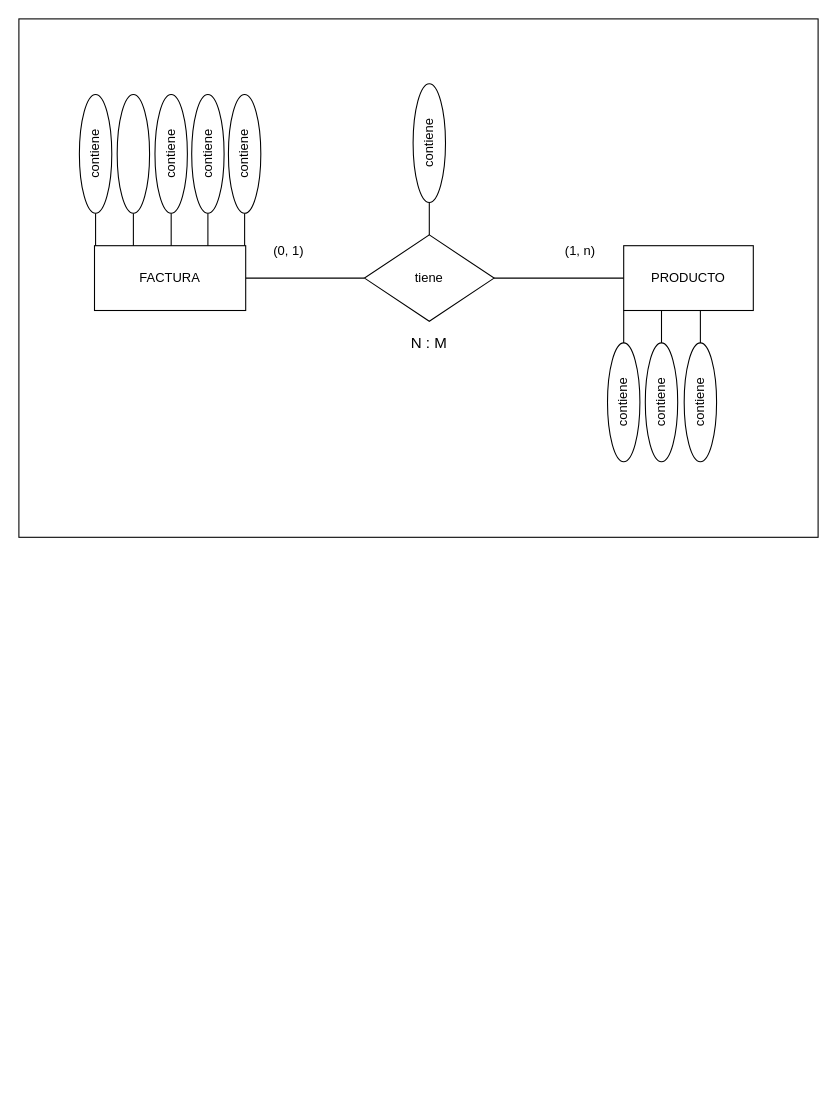
Earlier version of the draw.io diagram src/BBDD/first_trimester/exercises/ejercicio1/ejercicio1_BBDD_ER.drawio (MLT93/UNIR). Source tidied: cells renumbered, new cells numbered last; positions are measured from the earlier drawing's top-left corner, leaving out a move shared by most shapes. Both pictures are drawn from the tidied source at 108%, with x=0, y=0 at pixel (18, 18).
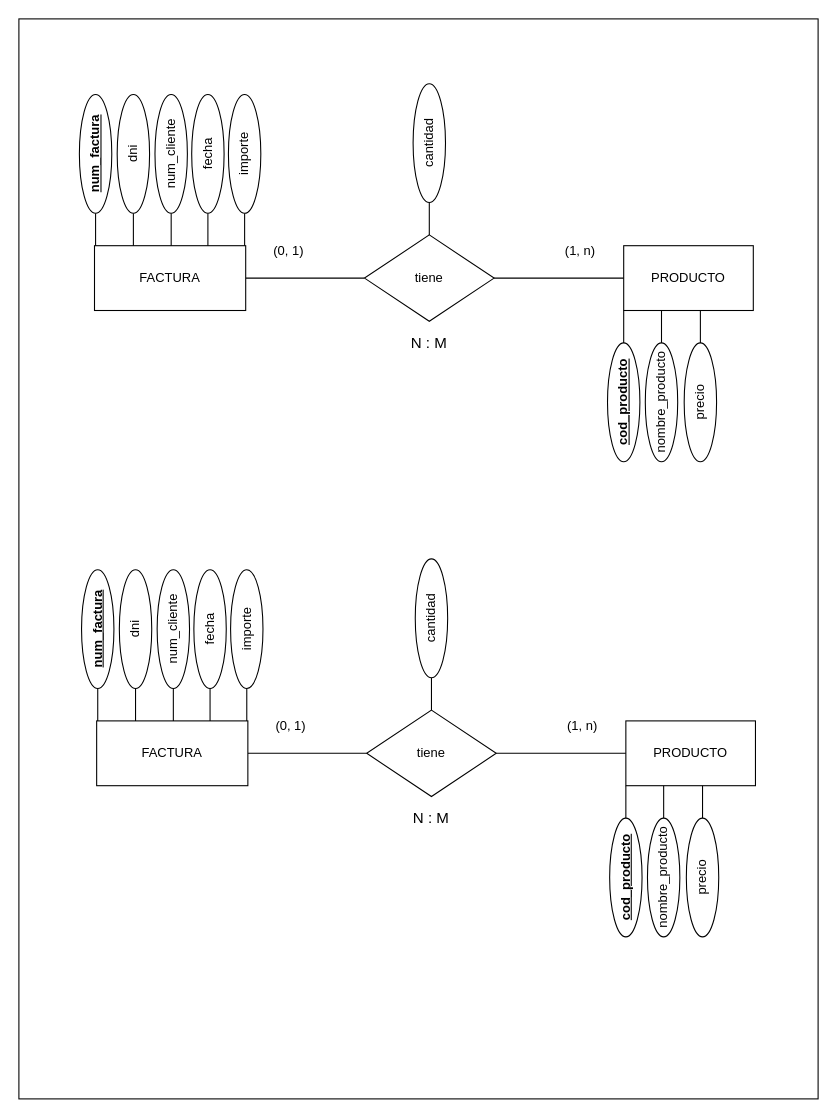
The same page after the edit.

What changed in the source:
```diff
@@
     <mxCell id="2" style="rounded=0;whiteSpace=wrap;html=1;" parent="1" vertex="1">
-      <mxGeometry width="740" height="480" as="geometry" />
+      <mxGeometry width="740" height="1000" as="geometry" />
     </mxCell>
@@
-    <mxCell id="9" value="contiene" style="ellipse;whiteSpace=wrap;html=1;rotation=-90;" parent="1" vertex="1">
+    <mxCell id="9" value="cantidad" style="ellipse;whiteSpace=wrap;html=1;rotation=-90;" parent="1" vertex="1">
       <mxGeometry x="325" y="100" width="110" height="30" as="geometry" />
     </mxCell>
@@
-    <mxCell id="11" value="contiene" style="ellipse;whiteSpace=wrap;html=1;rotation=-90;" parent="1" vertex="1">
+    <mxCell id="11" value="&lt;b&gt;&lt;u&gt;num_factura&lt;/u&gt;&lt;/b&gt;" style="ellipse;whiteSpace=wrap;html=1;rotation=-90;" parent="1" vertex="1">
       <mxGeometry x="16" y="110" width="110" height="30" as="geometry" />
     </mxCell>
@@
-    <mxCell id="13" style="ellipse;whiteSpace=wrap;html=1;rotation=-90;" parent="1" vertex="1">
+    <mxCell id="13" value="dni" style="ellipse;whiteSpace=wrap;html=1;rotation=-90;" parent="1" vertex="1">
       <mxGeometry x="51" y="110" width="110" height="30" as="geometry" />
     </mxCell>
@@
-    <mxCell id="15" value="contiene" style="ellipse;whiteSpace=wrap;html=1;rotation=-90;" parent="1" vertex="1">
+    <mxCell id="15" value="num_cliente" style="ellipse;whiteSpace=wrap;html=1;rotation=-90;" parent="1" vertex="1">
       <mxGeometry x="86" y="110" width="110" height="30" as="geometry" />
     </mxCell>
@@
-    <mxCell id="17" value="contiene" style="ellipse;whiteSpace=wrap;html=1;rotation=-90;" parent="1" vertex="1">
+    <mxCell id="17" value="fecha" style="ellipse;whiteSpace=wrap;html=1;rotation=-90;" parent="1" vertex="1">
       <mxGeometry x="120" y="110" width="110" height="30" as="geometry" />
     </mxCell>
@@
-    <mxCell id="19" value="contiene" style="ellipse;whiteSpace=wrap;html=1;rotation=-90;" parent="1" vertex="1">
+    <mxCell id="19" value="importe" style="ellipse;whiteSpace=wrap;html=1;rotation=-90;" parent="1" vertex="1">
       <mxGeometry x="154" y="110" width="110" height="30" as="geometry" />
     </mxCell>
@@
-    <mxCell id="21" value="contiene" style="ellipse;whiteSpace=wrap;html=1;rotation=-90;" parent="1" vertex="1">
+    <mxCell id="21" value="&lt;b&gt;&lt;u&gt;cod_producto&lt;/u&gt;&lt;/b&gt;" style="ellipse;whiteSpace=wrap;html=1;rotation=-90;" parent="1" vertex="1">
       <mxGeometry x="505" y="340" width="110" height="30" as="geometry" />
     </mxCell>
@@
-    <mxCell id="23" value="contiene" style="ellipse;whiteSpace=wrap;html=1;rotation=-90;" parent="1" vertex="1">
+    <mxCell id="23" value="nombre_producto" style="ellipse;whiteSpace=wrap;html=1;rotation=-90;" parent="1" vertex="1">
       <mxGeometry x="540" y="340" width="110" height="30" as="geometry" />
     </mxCell>
@@
-    <mxCell id="25" value="contiene" style="ellipse;whiteSpace=wrap;html=1;rotation=-90;" parent="1" vertex="1">
+    <mxCell id="25" value="precio" style="ellipse;whiteSpace=wrap;html=1;rotation=-90;" parent="1" vertex="1">
       <mxGeometry x="576" y="340" width="110" height="30" as="geometry" />
     </mxCell>
@@
+    <mxCell id="29" style="edgeStyle=orthogonalEdgeStyle;rounded=0;jettySize=auto;html=1;entryX=0;entryY=0.5;entryDx=0;entryDy=0;endArrow=none;endFill=0;" parent="1" edge="1" source="30" target="33">
+      <mxGeometry relative="1" as="geometry" />
+    </mxCell>
+    <mxCell id="30" value="FACTURA" style="rounded=0;whiteSpace=wrap;html=1;" parent="1" vertex="1">
+      <mxGeometry x="72" y="650" width="140" height="60" as="geometry" />
+    </mxCell>
+    <mxCell id="31" value="PRODUCTO" style="rounded=0;whiteSpace=wrap;html=1;" parent="1" vertex="1">
+      <mxGeometry x="562" y="650" width="120" height="60" as="geometry" />
+    </mxCell>
+    <mxCell id="32" style="edgeStyle=orthogonalEdgeStyle;rounded=0;jettySize=auto;html=1;entryX=0;entryY=0.5;entryDx=0;entryDy=0;endArrow=none;endFill=0;" parent="1" edge="1" source="33" target="31">
+      <mxGeometry relative="1" as="geometry" />
+    </mxCell>
+    <mxCell id="33" value="tiene" style="rhombus;whiteSpace=wrap;html=1;rounded=0;" parent="1" vertex="1">
+      <mxGeometry x="322" y="640" width="120" height="80" as="geometry" />
+    </mxCell>
+    <mxCell id="34" style="endArrow=none;html=1;rounded=0;entryX=0;entryY=0.5;entryDx=0;entryDy=0;" parent="1" edge="1" target="35">
+      <mxGeometry relative="1" as="geometry">
+        <mxPoint x="382" y="640" as="sourcePoint" />
+      </mxGeometry>
+    </mxCell>
+    <mxCell id="35" value="cantidad" style="ellipse;whiteSpace=wrap;html=1;rotation=-90;" parent="1" vertex="1">
+      <mxGeometry x="327" y="540" width="110" height="30" as="geometry" />
+    </mxCell>
+    <mxCell id="36" style="endArrow=none;html=1;rounded=0;entryX=0;entryY=0.5;entryDx=0;entryDy=0;" parent="1" edge="1" target="37">
+      <mxGeometry relative="1" as="geometry">
+        <mxPoint x="73" y="650" as="sourcePoint" />
+      </mxGeometry>
+    </mxCell>
+    <mxCell id="37" value="&lt;b&gt;&lt;u&gt;num_factura&lt;/u&gt;&lt;/b&gt;" style="ellipse;whiteSpace=wrap;html=1;rotation=-90;" parent="1" vertex="1">
+      <mxGeometry x="18" y="550" width="110" height="30" as="geometry" />
+    </mxCell>
+    <mxCell id="38" style="endArrow=none;html=1;rounded=0;entryX=0;entryY=0.5;entryDx=0;entryDy=0;" parent="1" edge="1" target="39">
+      <mxGeometry relative="1" as="geometry">
+        <mxPoint x="108" y="650" as="sourcePoint" />
+      </mxGeometry>
+    </mxCell>
+    <mxCell id="39" value="dni" style="ellipse;whiteSpace=wrap;html=1;rotation=-90;" parent="1" vertex="1">
+      <mxGeometry x="53" y="550" width="110" height="30" as="geometry" />
+    </mxCell>
+    <mxCell id="40" style="endArrow=none;html=1;rounded=0;entryX=0;entryY=0.5;entryDx=0;entryDy=0;" parent="1" edge="1" target="41">
+      <mxGeometry relative="1" as="geometry">
+        <mxPoint x="143" y="650" as="sourcePoint" />
+      </mxGeometry>
+    </mxCell>
+    <mxCell id="41" value="num_cliente" style="ellipse;whiteSpace=wrap;html=1;rotation=-90;" parent="1" vertex="1">
+      <mxGeometry x="88" y="550" width="110" height="30" as="geometry" />
+    </mxCell>
+    <mxCell id="42" style="endArrow=none;html=1;rounded=0;entryX=0;entryY=0.5;entryDx=0;entryDy=0;" parent="1" edge="1" target="43">
+      <mxGeometry relative="1" as="geometry">
+        <mxPoint x="177" y="650" as="sourcePoint" />
+      </mxGeometry>
+    </mxCell>
+    <mxCell id="43" value="fecha" style="ellipse;whiteSpace=wrap;html=1;rotation=-90;" parent="1" vertex="1">
+      <mxGeometry x="122" y="550" width="110" height="30" as="geometry" />
+    </mxCell>
+    <mxCell id="44" style="endArrow=none;html=1;rounded=0;entryX=0;entryY=0.5;entryDx=0;entryDy=0;" parent="1" edge="1" target="45">
+      <mxGeometry relative="1" as="geometry">
+        <mxPoint x="211" y="650" as="sourcePoint" />
+      </mxGeometry>
+    </mxCell>
+    <mxCell id="45" value="importe" style="ellipse;whiteSpace=wrap;html=1;rotation=-90;" parent="1" vertex="1">
+      <mxGeometry x="156" y="550" width="110" height="30" as="geometry" />
+    </mxCell>
+    <mxCell id="46" style="endArrow=none;html=1;rounded=0;entryX=0;entryY=0.5;entryDx=0;entryDy=0;" parent="1" edge="1">
+      <mxGeometry relative="1" as="geometry">
+        <mxPoint x="562" y="740" as="sourcePoint" />
+        <mxPoint x="562" y="710" as="targetPoint" />
+      </mxGeometry>
+    </mxCell>
+    <mxCell id="47" value="&lt;b&gt;&lt;u&gt;cod_producto&lt;/u&gt;&lt;/b&gt;" style="ellipse;whiteSpace=wrap;html=1;rotation=-90;" parent="1" vertex="1">
+      <mxGeometry x="507" y="780" width="110" height="30" as="geometry" />
+    </mxCell>
+    <mxCell id="48" style="endArrow=none;html=1;rounded=0;entryX=0;entryY=0.5;entryDx=0;entryDy=0;" parent="1" edge="1">
+      <mxGeometry relative="1" as="geometry">
+        <mxPoint x="597" y="740" as="sourcePoint" />
+        <mxPoint x="597" y="710" as="targetPoint" />
+      </mxGeometry>
+    </mxCell>
+    <mxCell id="49" value="nombre_producto" style="ellipse;whiteSpace=wrap;html=1;rotation=-90;" parent="1" vertex="1">
+      <mxGeometry x="542" y="780" width="110" height="30" as="geometry" />
+    </mxCell>
+    <mxCell id="50" style="endArrow=none;html=1;rounded=0;entryX=0;entryY=0.5;entryDx=0;entryDy=0;" parent="1" edge="1">
+      <mxGeometry relative="1" as="geometry">
+        <mxPoint x="633" y="740" as="sourcePoint" />
+        <mxPoint x="633" y="710" as="targetPoint" />
+      </mxGeometry>
+    </mxCell>
+    <mxCell id="51" value="precio" style="ellipse;whiteSpace=wrap;html=1;rotation=-90;" parent="1" vertex="1">
+      <mxGeometry x="578" y="780" width="110" height="30" as="geometry" />
+    </mxCell>
+    <mxCell id="52" value="&lt;font style=&quot;font-size: 14px;&quot;&gt;N : M&lt;/font&gt;" style="text;html=1;align=center;verticalAlign=middle;whiteSpace=wrap;rounded=0;" parent="1" vertex="1">
+      <mxGeometry x="347" y="720" width="70" height="40" as="geometry" />
+    </mxCell>
+    <mxCell id="53" value="(0, 1)" style="text;html=1;align=center;verticalAlign=middle;whiteSpace=wrap;rounded=0;" parent="1" vertex="1">
+      <mxGeometry x="222" y="640" width="60" height="30" as="geometry" />
+    </mxCell>
+    <mxCell id="54" value="(1, n)" style="text;html=1;align=center;verticalAlign=middle;whiteSpace=wrap;rounded=0;" parent="1" vertex="1">
+      <mxGeometry x="492" y="640" width="60" height="30" as="geometry" />
+    </mxCell>
```
